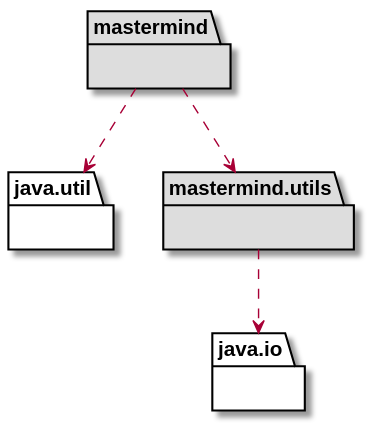
EscuelaIt/USantaTecla-game-mastermind-java keeps this PlantUML diagram as docs/build/docs/asciidoc/images/version1Arquitectura.svg. Above is the earlier version. Source of this version:
```plantuml
@startuml

package mastermind #DDDDDD { }
package java.util{ }
mastermind .down.> java.util
mastermind .down.> mastermind.utils

package mastermind.utils #DDDDDD { }
package java.io{ }
mastermind.utils .down.> java.io

@enduml
```
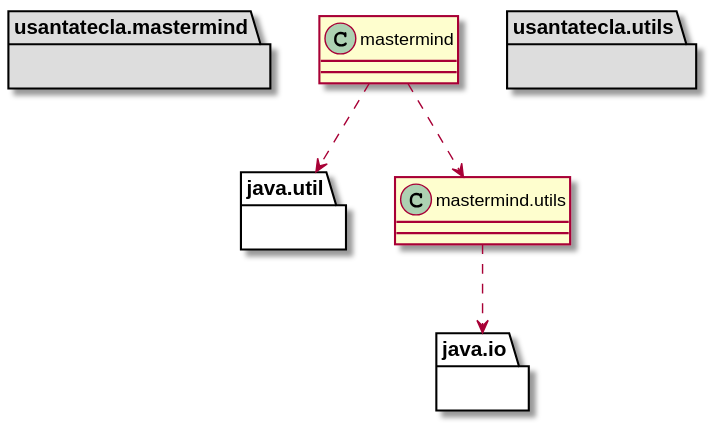
After the commit.

Change to the diagram source:
```diff
@@ -1,11 +1,11 @@
 @startuml
 
-package mastermind #DDDDDD { }
+package usantatecla.mastermind #DDDDDD { }
 package java.util{ }
 mastermind .down.> java.util
 mastermind .down.> mastermind.utils
 
-package mastermind.utils #DDDDDD { }
+package usantatecla.utils #DDDDDD { }
 package java.io{ }
 mastermind.utils .down.> java.io
 
```
